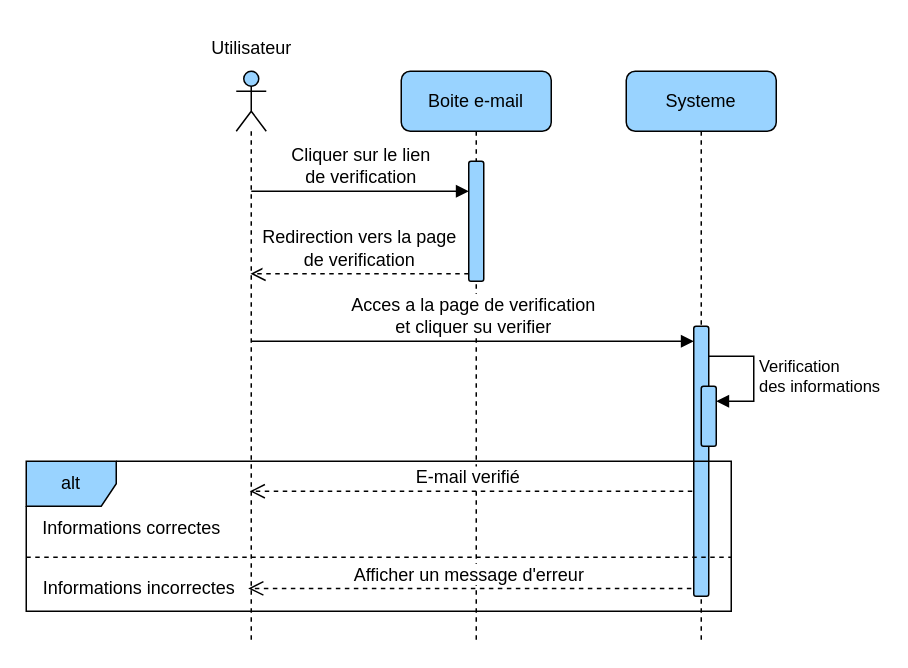
Earlier version of the draw.io diagram page "email-verification" (2 of 7) of diagrams/sequence.drawio (devlotfi/peage-pay). Source tidied: cells renumbered, new cells numbered last; positions are measured from the earlier drawing's top-left corner, leaving out a move shared by most shapes. Both pictures are drawn from the tidied source at 150%, with x=0, y=0 at pixel (26, 26).
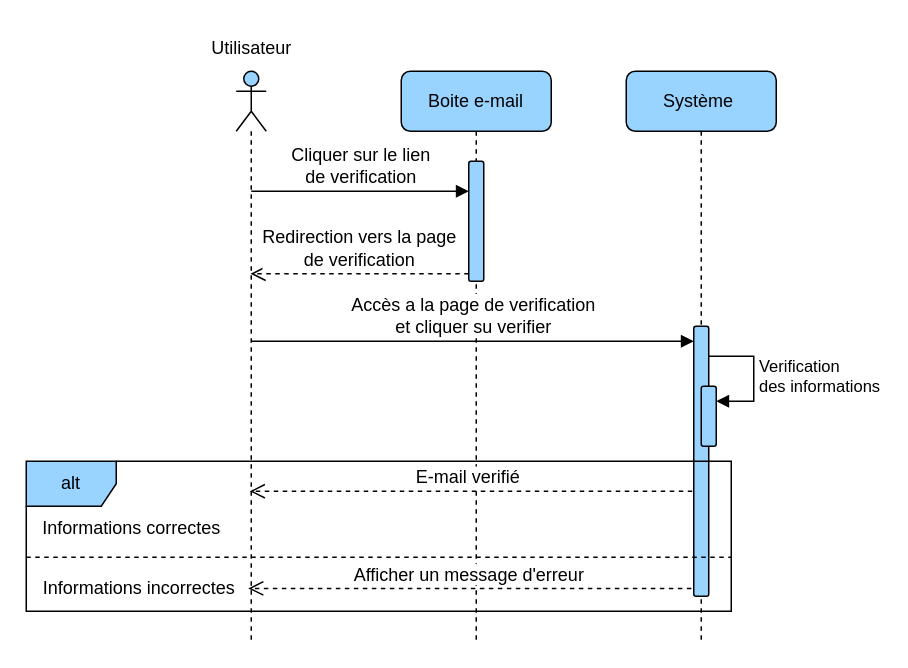
The same page after the edit.

Unchanged cells that the change refers to:
```xml
<mxCell id="6" style="html=1;points=[[0,0,0,0,5],[0,1,0,0,-5],[1,0,0,0,5],[1,1,0,0,-5]];perimeter=orthogonalPerimeter;outlineConnect=0;targetShapes=umlLifeline;portConstraint=eastwest;newEdgeStyle={&quot;curved&quot;:0,&quot;rounded&quot;:0};rounded=1;strokeColor=default;align=center;verticalAlign=middle;fontFamily=Helvetica;fontSize=12;fontColor=default;fontStyle=0;fillColor=#99D3FF;" parent="5" vertex="1">
  <mxGeometry x="45" y="170" width="10" height="180" as="geometry" />
</mxCell>
```

Change to the diagram source:
```diff
@@
-    <mxCell id="5" value="Systeme" style="shape=umlLifeline;perimeter=lifelinePerimeter;whiteSpace=wrap;html=1;newEdgeStyle={&quot;curved&quot;:0,&quot;rounded&quot;:0};rounded=1;strokeColor=default;align=center;verticalAlign=middle;fontFamily=Helvetica;fontSize=12;fontColor=default;fontStyle=0;fillColor=#99D3FF;" parent="1" vertex="1">
+    <mxCell id="5" value="Système&amp;nbsp;" style="shape=umlLifeline;perimeter=lifelinePerimeter;whiteSpace=wrap;html=1;newEdgeStyle={&quot;curved&quot;:0,&quot;rounded&quot;:0};rounded=1;strokeColor=default;align=center;verticalAlign=middle;fontFamily=Helvetica;fontSize=12;fontColor=default;fontStyle=0;fillColor=#99D3FF;" parent="1" vertex="1">
       <mxGeometry x="400" y="30" width="100" height="380" as="geometry" />
     </mxCell>
@@
-    <mxCell id="11" value="Acces a la page de verification&lt;br&gt;et cliquer su verifier" style="html=1;verticalAlign=bottom;endArrow=block;curved=0;rounded=0;fontFamily=Helvetica;fontSize=12;fontColor=default;fontStyle=0;" parent="1" edge="1" target="6">
+    <mxCell id="11" value="Accès a la page de verification&lt;br&gt;et cliquer su verifier" style="html=1;verticalAlign=bottom;endArrow=block;curved=0;rounded=0;fontFamily=Helvetica;fontSize=12;fontColor=default;fontStyle=0;" parent="1" edge="1" target="6">
       <mxGeometry relative="1" as="geometry">
         <mxPoint x="150" y="210" as="sourcePoint" />
       </mxGeometry>
     </mxCell>
```
